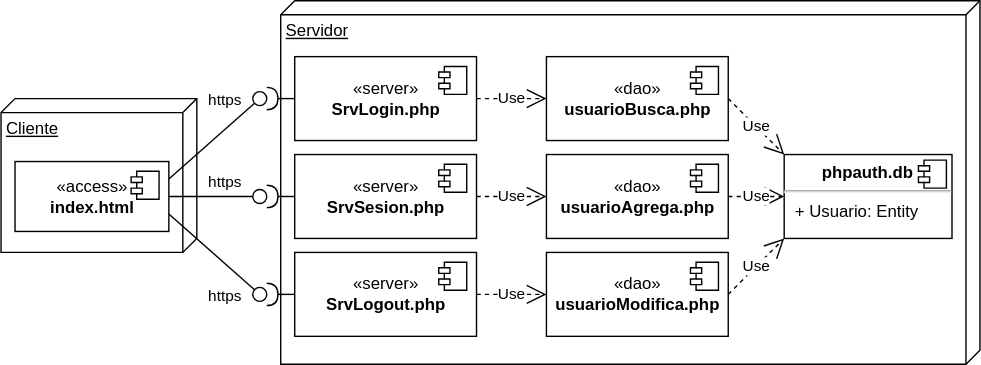
Above: img/m04sesion/sesiondistribucion.drawio.svg in gilpgdm/gilpgdm.github.io (draw.io), before the change. Source tidied: cells renumbered, new cells last; positions are measured from the earlier drawing's top-left corner, leaving out a move shared by most shapes. Source of this version:
```xml
<mxGraphModel>
  <root>
    <mxCell id="0" />
    <mxCell id="1" parent="0" />
    <mxCell id="2" value="Cliente" style="verticalAlign=top;align=left;spacingTop=8;spacingLeft=2;spacingRight=12;shape=cube;size=10;direction=south;fontStyle=4;html=1;" parent="1" vertex="1">
      <mxGeometry y="70" width="140" height="110" as="geometry" />
    </mxCell>
    <mxCell id="3" value="«access»&lt;br&gt;&lt;b&gt;index.html&lt;/b&gt;" style="html=1;" parent="1" vertex="1">
      <mxGeometry x="10" y="115" width="110" height="50" as="geometry" />
    </mxCell>
    <mxCell id="4" style="shape=module;jettyWidth=8;jettyHeight=4;" parent="3" vertex="1">
      <mxGeometry x="1" width="20" height="20" relative="1" as="geometry">
        <mxPoint x="-27" y="7" as="offset" />
      </mxGeometry>
    </mxCell>
    <mxCell id="5" value="Servidor" style="verticalAlign=top;align=left;spacingTop=8;spacingLeft=2;spacingRight=12;shape=cube;size=10;direction=south;fontStyle=4;html=1;" parent="1" vertex="1">
      <mxGeometry x="200" width="500" height="260" as="geometry" />
    </mxCell>
    <mxCell id="6" value="«server»&lt;br&gt;&lt;b&gt;SrvLogin.php&lt;/b&gt;" style="html=1;" parent="1" vertex="1">
      <mxGeometry x="210" y="40" width="130" height="60" as="geometry" />
    </mxCell>
    <mxCell id="7" style="shape=module;jettyWidth=8;jettyHeight=4;" parent="6" vertex="1">
      <mxGeometry x="1" width="20" height="20" relative="1" as="geometry">
        <mxPoint x="-27" y="7" as="offset" />
      </mxGeometry>
    </mxCell>
    <mxCell id="8" value="«server»&lt;br&gt;&lt;b&gt;SrvSesion.php&lt;/b&gt;" style="html=1;" parent="1" vertex="1">
      <mxGeometry x="210" y="110" width="130" height="60" as="geometry" />
    </mxCell>
    <mxCell id="9" style="shape=module;jettyWidth=8;jettyHeight=4;" parent="8" vertex="1">
      <mxGeometry x="1" width="20" height="20" relative="1" as="geometry">
        <mxPoint x="-27" y="7" as="offset" />
      </mxGeometry>
    </mxCell>
    <mxCell id="10" value="«server»&lt;br&gt;&lt;b&gt;SrvLogout.php&lt;/b&gt;" style="html=1;" parent="1" vertex="1">
      <mxGeometry x="210" y="180" width="130" height="60" as="geometry" />
    </mxCell>
    <mxCell id="11" style="shape=module;jettyWidth=8;jettyHeight=4;" parent="10" vertex="1">
      <mxGeometry x="1" width="20" height="20" relative="1" as="geometry">
        <mxPoint x="-27" y="7" as="offset" />
      </mxGeometry>
    </mxCell>
    <mxCell id="12" value="«dao»&lt;br&gt;&lt;b&gt;usuarioBusca.php&lt;/b&gt;" style="html=1;" parent="1" vertex="1">
      <mxGeometry x="390" y="40" width="130" height="60" as="geometry" />
    </mxCell>
    <mxCell id="13" style="shape=module;jettyWidth=8;jettyHeight=4;" parent="12" vertex="1">
      <mxGeometry x="1" width="20" height="20" relative="1" as="geometry">
        <mxPoint x="-27" y="7" as="offset" />
      </mxGeometry>
    </mxCell>
    <mxCell id="14" value="«dao»&lt;br&gt;&lt;b&gt;usuarioAgrega.php&lt;/b&gt;" style="html=1;" parent="1" vertex="1">
      <mxGeometry x="390" y="110" width="130" height="60" as="geometry" />
    </mxCell>
    <mxCell id="15" style="shape=module;jettyWidth=8;jettyHeight=4;" parent="14" vertex="1">
      <mxGeometry x="1" width="20" height="20" relative="1" as="geometry">
        <mxPoint x="-27" y="7" as="offset" />
      </mxGeometry>
    </mxCell>
    <mxCell id="16" value="«dao»&lt;br&gt;&lt;b&gt;usuarioModifica.php&lt;/b&gt;" style="html=1;" parent="1" vertex="1">
      <mxGeometry x="390" y="180" width="130" height="60" as="geometry" />
    </mxCell>
    <mxCell id="17" style="shape=module;jettyWidth=8;jettyHeight=4;" parent="16" vertex="1">
      <mxGeometry x="1" width="20" height="20" relative="1" as="geometry">
        <mxPoint x="-27" y="7" as="offset" />
      </mxGeometry>
    </mxCell>
    <mxCell id="18" value="https" style="rounded=0;jettySize=auto;html=1;endArrow=none;endFill=0;sketch=0;sourcePerimeterSpacing=0;targetPerimeterSpacing=0;exitX=1;exitY=0.25;exitDx=0;exitDy=0;" parent="1" edge="1" source="3" target="20">
      <mxGeometry x="0.65" y="16" relative="1" as="geometry" />
    </mxCell>
    <mxCell id="19" style="rounded=0;jettySize=auto;html=1;endArrow=halfCircle;endFill=0;endSize=6;strokeWidth=1;sketch=0;exitX=0;exitY=0.5;exitDx=0;exitDy=0;" parent="1" edge="1" source="6" target="20">
      <mxGeometry relative="1" as="geometry" />
    </mxCell>
    <mxCell id="20" style="ellipse;whiteSpace=wrap;html=1;align=center;points=[];outlineConnect=0;sketch=0;" parent="1" vertex="1">
      <mxGeometry x="180" y="65" width="10" height="10" as="geometry" />
    </mxCell>
    <mxCell id="21" value="https" style="rounded=0;jettySize=auto;html=1;endArrow=none;endFill=0;sketch=0;sourcePerimeterSpacing=0;targetPerimeterSpacing=0;" parent="1" edge="1" source="3" target="23">
      <mxGeometry x="0.33" y="10" relative="1" as="geometry" />
    </mxCell>
    <mxCell id="22" style="rounded=0;jettySize=auto;html=1;endArrow=halfCircle;endFill=0;endSize=6;strokeWidth=1;sketch=0;exitX=0;exitY=0.5;exitDx=0;exitDy=0;" parent="1" edge="1" source="8">
      <mxGeometry relative="1" as="geometry">
        <mxPoint x="190" y="140" as="targetPoint" />
      </mxGeometry>
    </mxCell>
    <mxCell id="23" style="ellipse;whiteSpace=wrap;html=1;align=center;points=[];outlineConnect=0;sketch=0;" parent="1" vertex="1">
      <mxGeometry x="180" y="135" width="10" height="10" as="geometry" />
    </mxCell>
    <mxCell id="24" value="https" style="rounded=0;jettySize=auto;html=1;endArrow=none;endFill=0;sketch=0;sourcePerimeterSpacing=0;targetPerimeterSpacing=0;exitX=1;exitY=0.75;exitDx=0;exitDy=0;" parent="1" edge="1" source="3" target="26">
      <mxGeometry x="0.69" y="-18" relative="1" as="geometry">
        <mxPoint y="-1" as="offset" />
      </mxGeometry>
    </mxCell>
    <mxCell id="25" style="rounded=0;jettySize=auto;html=1;endArrow=halfCircle;endFill=0;endSize=6;strokeWidth=1;sketch=0;exitX=0;exitY=0.5;exitDx=0;exitDy=0;" parent="1" edge="1" source="10">
      <mxGeometry relative="1" as="geometry">
        <mxPoint x="190" y="210" as="targetPoint" />
      </mxGeometry>
    </mxCell>
    <mxCell id="26" style="ellipse;whiteSpace=wrap;html=1;align=center;points=[];outlineConnect=0;sketch=0;" parent="1" vertex="1">
      <mxGeometry x="180" y="205" width="10" height="10" as="geometry" />
    </mxCell>
    <mxCell id="27" value="Use" style="endArrow=open;endSize=12;dashed=1;html=1;rounded=0;entryX=0;entryY=0.5;entryDx=0;entryDy=0;exitX=1;exitY=0.5;exitDx=0;exitDy=0;" parent="1" edge="1" source="6" target="12">
      <mxGeometry relative="1" as="geometry" />
    </mxCell>
    <mxCell id="28" value="Use" style="endArrow=open;endSize=12;dashed=1;html=1;rounded=0;entryX=0;entryY=0.5;entryDx=0;entryDy=0;exitX=1;exitY=0.5;exitDx=0;exitDy=0;" parent="1" edge="1" source="8" target="14">
      <mxGeometry relative="1" as="geometry" />
    </mxCell>
    <mxCell id="29" value="Use" style="endArrow=open;endSize=12;dashed=1;html=1;rounded=0;entryX=0;entryY=0.5;entryDx=0;entryDy=0;exitX=1;exitY=0.5;exitDx=0;exitDy=0;" parent="1" edge="1" source="10" target="16">
      <mxGeometry relative="1" as="geometry" />
    </mxCell>
    <mxCell id="30" value="Use" style="endArrow=open;endSize=12;dashed=1;html=1;rounded=0;entryX=0;entryY=0;entryDx=0;entryDy=0;exitX=1;exitY=0.5;exitDx=0;exitDy=0;" parent="1" edge="1" source="12" target="33">
      <mxGeometry relative="1" as="geometry" />
    </mxCell>
    <mxCell id="31" value="Use" style="endArrow=open;endSize=12;dashed=1;html=1;rounded=0;entryX=0;entryY=0.5;entryDx=0;entryDy=0;exitX=1;exitY=0.5;exitDx=0;exitDy=0;" parent="1" edge="1" source="14" target="33">
      <mxGeometry relative="1" as="geometry" />
    </mxCell>
    <mxCell id="32" value="Use" style="endArrow=open;endSize=12;dashed=1;html=1;rounded=0;entryX=0;entryY=1;entryDx=0;entryDy=0;exitX=1;exitY=0.5;exitDx=0;exitDy=0;entryPerimeter=0;" parent="1" edge="1" source="16" target="33">
      <mxGeometry relative="1" as="geometry" />
    </mxCell>
    <mxCell id="33" value="&lt;p style=&quot;margin:0px;margin-top:6px;text-align:center;&quot;&gt;&lt;b&gt;phpauth.db&lt;/b&gt;&lt;/p&gt;&lt;hr&gt;&lt;p style=&quot;margin:0px;margin-left:8px;&quot;&gt;+ Usuario: Entity&lt;/p&gt;" style="align=left;overflow=fill;html=1;" parent="1" vertex="1">
      <mxGeometry x="560" y="110" width="120" height="60" as="geometry" />
    </mxCell>
    <mxCell id="34" style="shape=component;jettyWidth=8;jettyHeight=4;" parent="33" vertex="1">
      <mxGeometry x="1" width="20" height="20" relative="1" as="geometry">
        <mxPoint x="-24" y="4" as="offset" />
      </mxGeometry>
    </mxCell>
  </root>
</mxGraphModel>
```
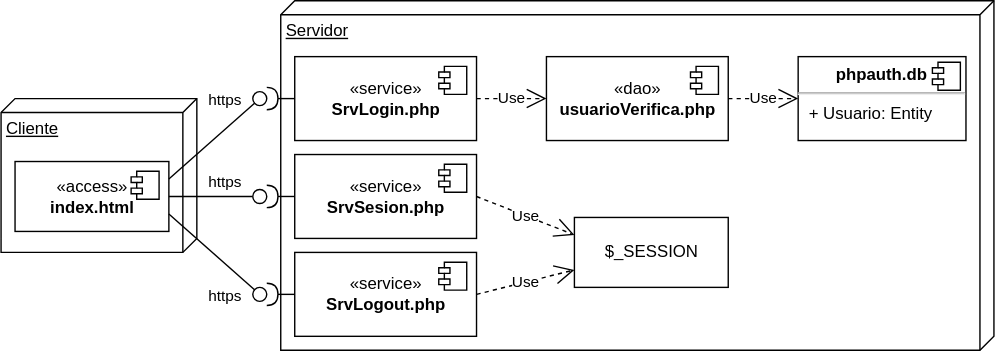
Later version of the same file.

Diff of the diagram source:
```diff
@@ -14,9 +14,9 @@
       </mxGeometry>
     </mxCell>
     <mxCell id="5" value="Servidor" style="verticalAlign=top;align=left;spacingTop=8;spacingLeft=2;spacingRight=12;shape=cube;size=10;direction=south;fontStyle=4;html=1;" parent="1" vertex="1">
-      <mxGeometry x="200" width="500" height="260" as="geometry" />
+      <mxGeometry x="200" width="510" height="250" as="geometry" />
     </mxCell>
-    <mxCell id="6" value="«server»&lt;br&gt;&lt;b&gt;SrvLogin.php&lt;/b&gt;" style="html=1;" parent="1" vertex="1">
+    <mxCell id="6" value="«service»&lt;br&gt;&lt;b&gt;SrvLogin.php&lt;/b&gt;" style="html=1;" parent="1" vertex="1">
       <mxGeometry x="210" y="40" width="130" height="60" as="geometry" />
     </mxCell>
     <mxCell id="7" style="shape=module;jettyWidth=8;jettyHeight=4;" parent="6" vertex="1">
@@ -24,7 +24,7 @@
         <mxPoint x="-27" y="7" as="offset" />
       </mxGeometry>
     </mxCell>
-    <mxCell id="8" value="«server»&lt;br&gt;&lt;b&gt;SrvSesion.php&lt;/b&gt;" style="html=1;" parent="1" vertex="1">
+    <mxCell id="8" value="«service»&lt;br&gt;&lt;b&gt;SrvSesion.php&lt;/b&gt;" style="html=1;" parent="1" vertex="1">
       <mxGeometry x="210" y="110" width="130" height="60" as="geometry" />
     </mxCell>
     <mxCell id="9" style="shape=module;jettyWidth=8;jettyHeight=4;" parent="8" vertex="1">
@@ -32,7 +32,7 @@
         <mxPoint x="-27" y="7" as="offset" />
       </mxGeometry>
     </mxCell>
-    <mxCell id="10" value="«server»&lt;br&gt;&lt;b&gt;SrvLogout.php&lt;/b&gt;" style="html=1;" parent="1" vertex="1">
+    <mxCell id="10" value="«service»&lt;br&gt;&lt;b&gt;SrvLogout.php&lt;/b&gt;" style="html=1;" parent="1" vertex="1">
       <mxGeometry x="210" y="180" width="130" height="60" as="geometry" />
     </mxCell>
     <mxCell id="11" style="shape=module;jettyWidth=8;jettyHeight=4;" parent="10" vertex="1">
@@ -40,7 +40,7 @@
         <mxPoint x="-27" y="7" as="offset" />
       </mxGeometry>
     </mxCell>
-    <mxCell id="12" value="«dao»&lt;br&gt;&lt;b&gt;usuarioBusca.php&lt;/b&gt;" style="html=1;" parent="1" vertex="1">
+    <mxCell id="12" value="«dao»&lt;br&gt;&lt;b&gt;usuarioVerifica.php&lt;/b&gt;" style="html=1;" parent="1" vertex="1">
       <mxGeometry x="390" y="40" width="130" height="60" as="geometry" />
     </mxCell>
     <mxCell id="13" style="shape=module;jettyWidth=8;jettyHeight=4;" parent="12" vertex="1">
@@ -48,22 +48,6 @@
         <mxPoint x="-27" y="7" as="offset" />
       </mxGeometry>
     </mxCell>
-    <mxCell id="14" value="«dao»&lt;br&gt;&lt;b&gt;usuarioAgrega.php&lt;/b&gt;" style="html=1;" parent="1" vertex="1">
-      <mxGeometry x="390" y="110" width="130" height="60" as="geometry" />
-    </mxCell>
-    <mxCell id="15" style="shape=module;jettyWidth=8;jettyHeight=4;" parent="14" vertex="1">
-      <mxGeometry x="1" width="20" height="20" relative="1" as="geometry">
-        <mxPoint x="-27" y="7" as="offset" />
-      </mxGeometry>
-    </mxCell>
-    <mxCell id="16" value="«dao»&lt;br&gt;&lt;b&gt;usuarioModifica.php&lt;/b&gt;" style="html=1;" parent="1" vertex="1">
-      <mxGeometry x="390" y="180" width="130" height="60" as="geometry" />
-    </mxCell>
-    <mxCell id="17" style="shape=module;jettyWidth=8;jettyHeight=4;" parent="16" vertex="1">
-      <mxGeometry x="1" width="20" height="20" relative="1" as="geometry">
-        <mxPoint x="-27" y="7" as="offset" />
-      </mxGeometry>
-    </mxCell>
     <mxCell id="18" value="https" style="rounded=0;jettySize=auto;html=1;endArrow=none;endFill=0;sketch=0;sourcePerimeterSpacing=0;targetPerimeterSpacing=0;exitX=1;exitY=0.25;exitDx=0;exitDy=0;" parent="1" edge="1" source="3" target="20">
       <mxGeometry x="0.65" y="16" relative="1" as="geometry" />
     </mxCell>
@@ -100,28 +84,25 @@
     <mxCell id="27" value="Use" style="endArrow=open;endSize=12;dashed=1;html=1;rounded=0;entryX=0;entryY=0.5;entryDx=0;entryDy=0;exitX=1;exitY=0.5;exitDx=0;exitDy=0;" parent="1" edge="1" source="6" target="12">
       <mxGeometry relative="1" as="geometry" />
     </mxCell>
-    <mxCell id="28" value="Use" style="endArrow=open;endSize=12;dashed=1;html=1;rounded=0;entryX=0;entryY=0.5;entryDx=0;entryDy=0;exitX=1;exitY=0.5;exitDx=0;exitDy=0;" parent="1" edge="1" source="8" target="14">
+    <mxCell id="28" value="Use" style="endArrow=open;endSize=12;dashed=1;html=1;rounded=0;entryX=0;entryY=0.25;entryDx=0;entryDy=0;exitX=1;exitY=0.5;exitDx=0;exitDy=0;" parent="1" edge="1" source="8" target="35">
       <mxGeometry relative="1" as="geometry" />
     </mxCell>
-    <mxCell id="29" value="Use" style="endArrow=open;endSize=12;dashed=1;html=1;rounded=0;entryX=0;entryY=0.5;entryDx=0;entryDy=0;exitX=1;exitY=0.5;exitDx=0;exitDy=0;" parent="1" edge="1" source="10" target="16">
+    <mxCell id="29" value="Use" style="endArrow=open;endSize=12;dashed=1;html=1;rounded=0;entryX=0;entryY=0.75;entryDx=0;entryDy=0;exitX=1;exitY=0.5;exitDx=0;exitDy=0;" parent="1" edge="1" source="10" target="35">
       <mxGeometry relative="1" as="geometry" />
     </mxCell>
-    <mxCell id="30" value="Use" style="endArrow=open;endSize=12;dashed=1;html=1;rounded=0;entryX=0;entryY=0;entryDx=0;entryDy=0;exitX=1;exitY=0.5;exitDx=0;exitDy=0;" parent="1" edge="1" source="12" target="33">
+    <mxCell id="30" value="Use" style="endArrow=open;endSize=12;dashed=1;html=1;rounded=0;entryX=0;entryY=0.5;entryDx=0;entryDy=0;exitX=1;exitY=0.5;exitDx=0;exitDy=0;" parent="1" edge="1" source="12" target="33">
       <mxGeometry relative="1" as="geometry" />
     </mxCell>
-    <mxCell id="31" value="Use" style="endArrow=open;endSize=12;dashed=1;html=1;rounded=0;entryX=0;entryY=0.5;entryDx=0;entryDy=0;exitX=1;exitY=0.5;exitDx=0;exitDy=0;" parent="1" edge="1" source="14" target="33">
-      <mxGeometry relative="1" as="geometry" />
-    </mxCell>
-    <mxCell id="32" value="Use" style="endArrow=open;endSize=12;dashed=1;html=1;rounded=0;entryX=0;entryY=1;entryDx=0;entryDy=0;exitX=1;exitY=0.5;exitDx=0;exitDy=0;entryPerimeter=0;" parent="1" edge="1" source="16" target="33">
-      <mxGeometry relative="1" as="geometry" />
-    </mxCell>
     <mxCell id="33" value="&lt;p style=&quot;margin:0px;margin-top:6px;text-align:center;&quot;&gt;&lt;b&gt;phpauth.db&lt;/b&gt;&lt;/p&gt;&lt;hr&gt;&lt;p style=&quot;margin:0px;margin-left:8px;&quot;&gt;+ Usuario: Entity&lt;/p&gt;" style="align=left;overflow=fill;html=1;" parent="1" vertex="1">
-      <mxGeometry x="560" y="110" width="120" height="60" as="geometry" />
+      <mxGeometry x="570" y="40" width="120" height="60" as="geometry" />
     </mxCell>
     <mxCell id="34" style="shape=component;jettyWidth=8;jettyHeight=4;" parent="33" vertex="1">
       <mxGeometry x="1" width="20" height="20" relative="1" as="geometry">
         <mxPoint x="-24" y="4" as="offset" />
       </mxGeometry>
     </mxCell>
+    <mxCell id="35" value="$_SESSION" style="html=1;" parent="1" vertex="1">
+      <mxGeometry x="410" y="155" width="110" height="50" as="geometry" />
+    </mxCell>
   </root>
 </mxGraphModel>
```
